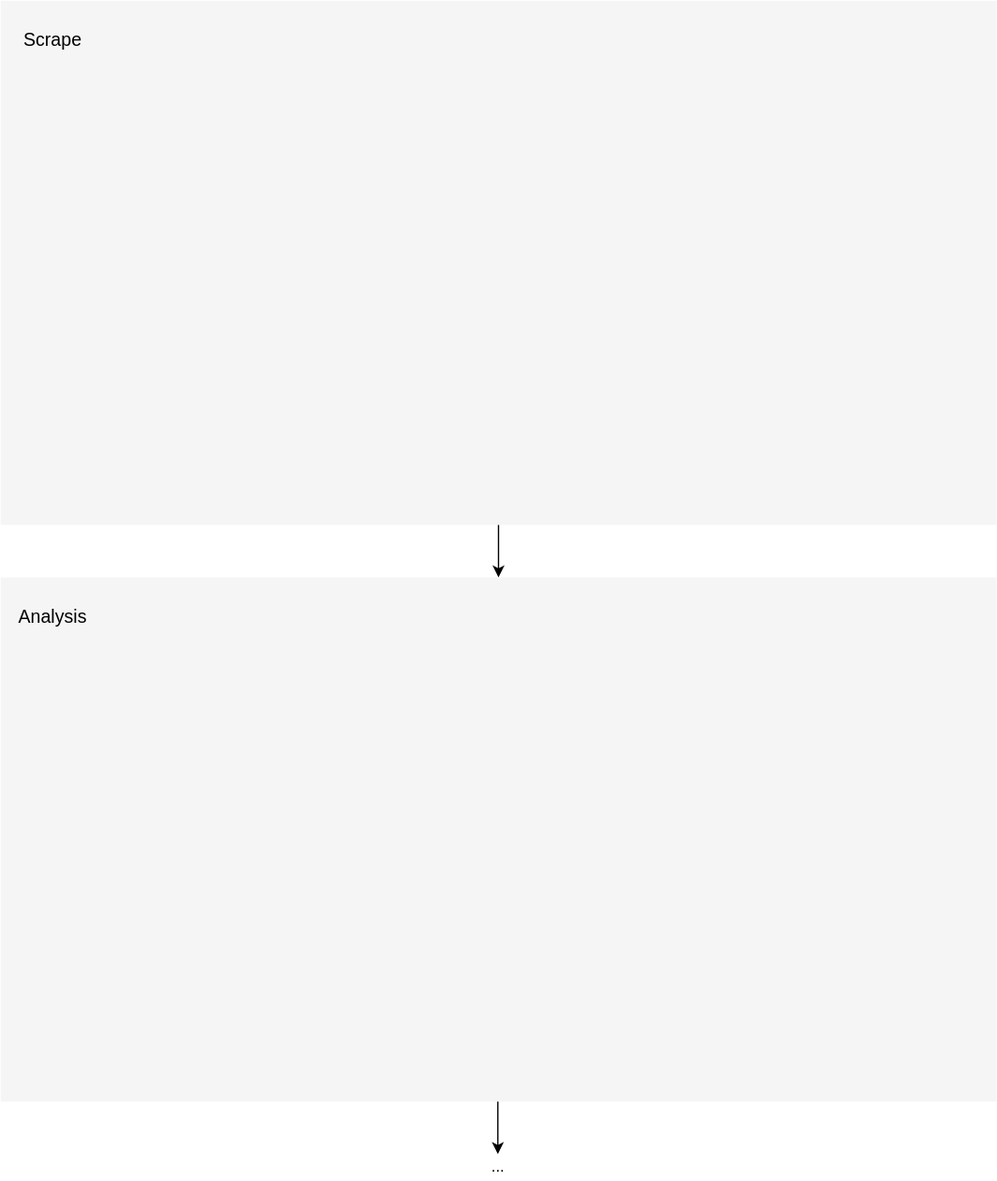
Earlier version of the draw.io export plan.svg (Demesmaeker/Immo_BeCode). Source tidied: cells renumbered, new cells last; positions are measured from the earlier drawing's top-left corner, leaving out a move shared by most shapes. Source of this version:
```xml
<mxGraphModel>
  <root>
    <mxCell id="0" />
    <mxCell id="1" parent="0" />
    <mxCell id="2" style="rounded=0;whiteSpace=wrap;html=1;fillColor=#f5f5f5;fontColor=#333333;strokeColor=none;" parent="1" vertex="1">
      <mxGeometry width="760" height="400" as="geometry" />
    </mxCell>
    <mxCell id="3" style="rounded=0;whiteSpace=wrap;html=1;fillColor=#f5f5f5;fontColor=#333333;strokeColor=none;" parent="1" vertex="1">
      <mxGeometry y="440" width="760" height="400" as="geometry" />
    </mxCell>
    <mxCell id="4" value="&lt;font style=&quot;font-size: 14px&quot;&gt;Scrape&lt;/font&gt;" style="text;html=1;strokeColor=none;fillColor=none;align=center;verticalAlign=middle;whiteSpace=wrap;rounded=0;" parent="1" vertex="1">
      <mxGeometry x="20" y="20" width="40" height="20" as="geometry" />
    </mxCell>
    <mxCell id="5" value="&lt;font style=&quot;font-size: 14px&quot;&gt;Analysis&lt;/font&gt;" style="text;html=1;strokeColor=none;fillColor=none;align=center;verticalAlign=middle;whiteSpace=wrap;rounded=0;" parent="1" vertex="1">
      <mxGeometry x="20" y="460" width="40" height="20" as="geometry" />
    </mxCell>
    <mxCell id="6" style="endArrow=classic;html=1;exitX=0.5;exitY=1;exitDx=0;exitDy=0;" parent="1" edge="1">
      <mxGeometry relative="1" as="geometry">
        <mxPoint x="380" y="400" as="sourcePoint" />
        <mxPoint x="380" y="440" as="targetPoint" />
      </mxGeometry>
    </mxCell>
    <mxCell id="7" style="endArrow=classic;html=1;exitX=0.5;exitY=1;exitDx=0;exitDy=0;" parent="1" edge="1">
      <mxGeometry relative="1" as="geometry">
        <mxPoint x="379.5" y="840" as="sourcePoint" />
        <mxPoint x="379.5" y="880" as="targetPoint" />
      </mxGeometry>
    </mxCell>
    <mxCell id="8" value="..." style="text;html=1;strokeColor=none;fillColor=none;align=center;verticalAlign=middle;whiteSpace=wrap;rounded=0;" parent="1" vertex="1">
      <mxGeometry x="360" y="880" width="40" height="20" as="geometry" />
    </mxCell>
  </root>
</mxGraphModel>
```
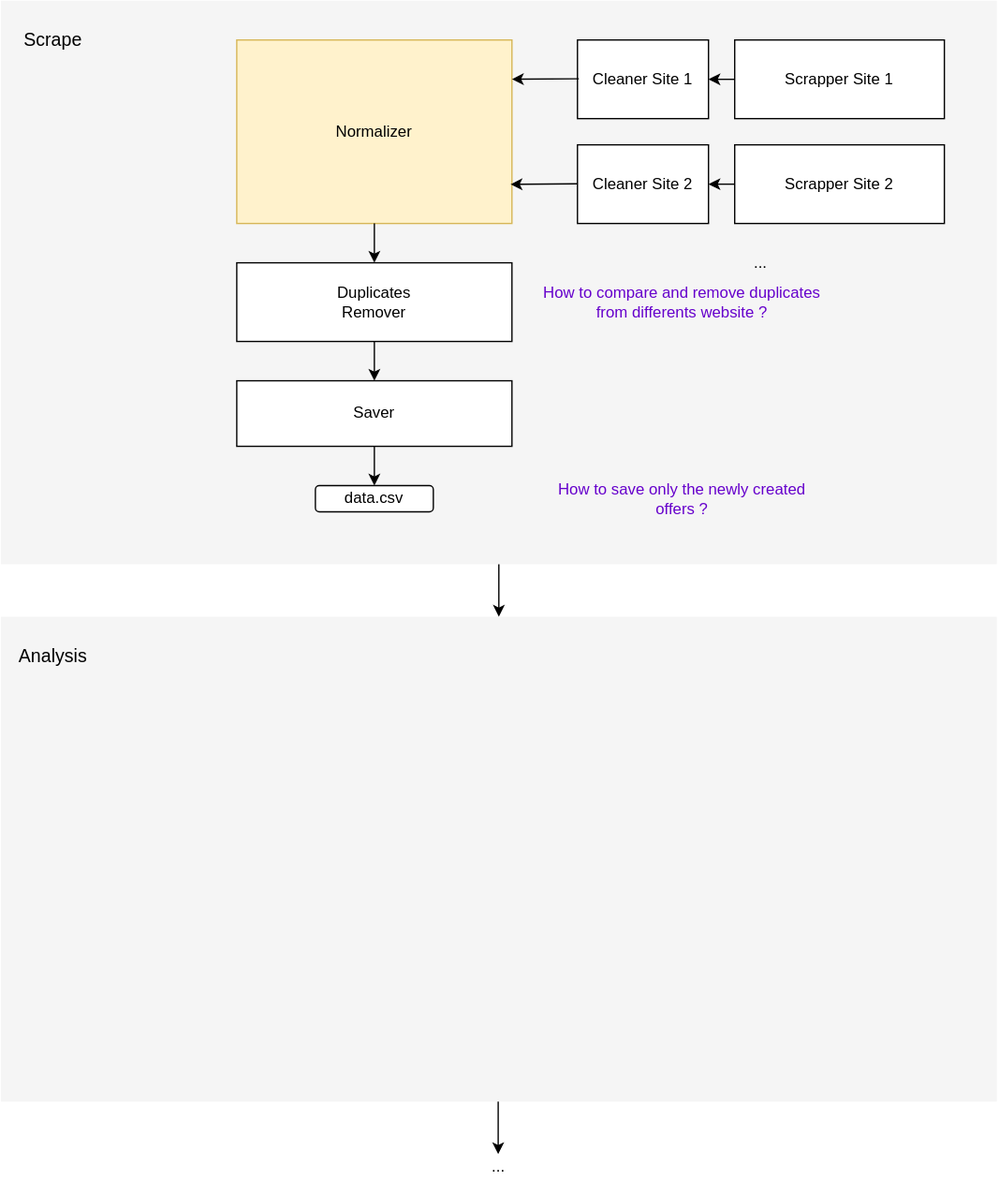
Above is the later version.

What changed in the source:
```diff
@@ -3,23 +3,17 @@
     <mxCell id="0" />
     <mxCell id="1" parent="0" />
     <mxCell id="2" style="rounded=0;whiteSpace=wrap;html=1;fillColor=#f5f5f5;fontColor=#333333;strokeColor=none;" parent="1" vertex="1">
-      <mxGeometry width="760" height="400" as="geometry" />
+      <mxGeometry width="760" height="430" as="geometry" />
     </mxCell>
     <mxCell id="3" style="rounded=0;whiteSpace=wrap;html=1;fillColor=#f5f5f5;fontColor=#333333;strokeColor=none;" parent="1" vertex="1">
-      <mxGeometry y="440" width="760" height="400" as="geometry" />
+      <mxGeometry y="470" width="760" height="370" as="geometry" />
     </mxCell>
     <mxCell id="4" value="&lt;font style=&quot;font-size: 14px&quot;&gt;Scrape&lt;/font&gt;" style="text;html=1;strokeColor=none;fillColor=none;align=center;verticalAlign=middle;whiteSpace=wrap;rounded=0;" parent="1" vertex="1">
       <mxGeometry x="20" y="20" width="40" height="20" as="geometry" />
     </mxCell>
     <mxCell id="5" value="&lt;font style=&quot;font-size: 14px&quot;&gt;Analysis&lt;/font&gt;" style="text;html=1;strokeColor=none;fillColor=none;align=center;verticalAlign=middle;whiteSpace=wrap;rounded=0;" parent="1" vertex="1">
-      <mxGeometry x="20" y="460" width="40" height="20" as="geometry" />
+      <mxGeometry x="20" y="490" width="40" height="20" as="geometry" />
     </mxCell>
-    <mxCell id="6" style="endArrow=classic;html=1;exitX=0.5;exitY=1;exitDx=0;exitDy=0;" parent="1" edge="1">
-      <mxGeometry relative="1" as="geometry">
-        <mxPoint x="380" y="400" as="sourcePoint" />
-        <mxPoint x="380" y="440" as="targetPoint" />
-      </mxGeometry>
-    </mxCell>
     <mxCell id="7" style="endArrow=classic;html=1;exitX=0.5;exitY=1;exitDx=0;exitDy=0;" parent="1" edge="1">
       <mxGeometry relative="1" as="geometry">
         <mxPoint x="379.5" y="840" as="sourcePoint" />
@@ -29,5 +23,92 @@
     <mxCell id="8" value="..." style="text;html=1;strokeColor=none;fillColor=none;align=center;verticalAlign=middle;whiteSpace=wrap;rounded=0;" parent="1" vertex="1">
       <mxGeometry x="360" y="880" width="40" height="20" as="geometry" />
     </mxCell>
+    <mxCell id="9" style="rounded=0;whiteSpace=wrap;html=1;" parent="1" vertex="1">
+      <mxGeometry x="560" y="30" width="160" height="60" as="geometry" />
+    </mxCell>
+    <mxCell id="10" value="Scrapper Site 1" style="text;html=1;strokeColor=none;fillColor=none;align=center;verticalAlign=middle;whiteSpace=wrap;rounded=0;" parent="1" vertex="1">
+      <mxGeometry x="590" y="50" width="100" height="20" as="geometry" />
+    </mxCell>
+    <mxCell id="11" style="rounded=0;whiteSpace=wrap;html=1;" parent="1" vertex="1">
+      <mxGeometry x="560" y="110" width="160" height="60" as="geometry" />
+    </mxCell>
+    <mxCell id="12" value="Scrapper Site 2" style="text;html=1;strokeColor=none;fillColor=none;align=center;verticalAlign=middle;whiteSpace=wrap;rounded=0;" parent="1" vertex="1">
+      <mxGeometry x="590" y="130" width="100" height="20" as="geometry" />
+    </mxCell>
+    <mxCell id="13" style="rounded=0;whiteSpace=wrap;html=1;" parent="1" vertex="1">
+      <mxGeometry x="440" y="110" width="100" height="60" as="geometry" />
+    </mxCell>
+    <mxCell id="14" style="rounded=0;whiteSpace=wrap;html=1;" parent="1" vertex="1">
+      <mxGeometry x="440" y="30" width="100" height="60" as="geometry" />
+    </mxCell>
+    <mxCell id="15" value="..." style="text;html=1;strokeColor=none;fillColor=none;align=center;verticalAlign=middle;whiteSpace=wrap;rounded=0;" parent="1" vertex="1">
+      <mxGeometry x="560" y="190" width="40" height="20" as="geometry" />
+    </mxCell>
+    <mxCell id="16" style="rounded=0;whiteSpace=wrap;html=1;fillColor=#fff2cc;strokeColor=#d6b656;" parent="1" vertex="1">
+      <mxGeometry x="180" y="30" width="210" height="140" as="geometry" />
+    </mxCell>
+    <mxCell id="17" value="Normalizer" style="text;html=1;strokeColor=none;fillColor=none;align=center;verticalAlign=middle;whiteSpace=wrap;rounded=0;" parent="1" vertex="1">
+      <mxGeometry x="250" y="90" width="70" height="20" as="geometry" />
+    </mxCell>
+    <mxCell id="18" style="endArrow=classic;html=1;exitX=0;exitY=0.5;exitDx=0;exitDy=0;entryX=1;entryY=0.5;entryDx=0;entryDy=0;" parent="1" edge="1" source="9" target="14">
+      <mxGeometry relative="1" as="geometry" />
+    </mxCell>
+    <mxCell id="19" style="endArrow=classic;html=1;exitX=0;exitY=0.5;exitDx=0;exitDy=0;" parent="1" edge="1" source="11" target="13">
+      <mxGeometry relative="1" as="geometry" />
+    </mxCell>
+    <mxCell id="20" value="Cleaner Site 1" style="text;html=1;strokeColor=none;fillColor=none;align=center;verticalAlign=middle;whiteSpace=wrap;rounded=0;" parent="1" vertex="1">
+      <mxGeometry x="440" y="50" width="100" height="20" as="geometry" />
+    </mxCell>
+    <mxCell id="21" value="Cleaner Site 2" style="text;html=1;strokeColor=none;fillColor=none;align=center;verticalAlign=middle;whiteSpace=wrap;rounded=0;" parent="1" vertex="1">
+      <mxGeometry x="440" y="130" width="100" height="20" as="geometry" />
+    </mxCell>
+    <mxCell id="22" style="endArrow=classic;html=1;exitX=0;exitY=0.5;exitDx=0;exitDy=0;entryX=0.995;entryY=0.217;entryDx=0;entryDy=0;entryPerimeter=0;" parent="1" edge="1">
+      <mxGeometry relative="1" as="geometry">
+        <mxPoint x="440" y="139.7" as="sourcePoint" />
+        <mxPoint x="389" y="140.1" as="targetPoint" />
+      </mxGeometry>
+    </mxCell>
+    <mxCell id="23" style="endArrow=classic;html=1;exitX=0;exitY=0.5;exitDx=0;exitDy=0;entryX=0.995;entryY=0.217;entryDx=0;entryDy=0;entryPerimeter=0;" parent="1" edge="1">
+      <mxGeometry relative="1" as="geometry">
+        <mxPoint x="441.1" y="59.6" as="sourcePoint" />
+        <mxPoint x="390" y="60" as="targetPoint" />
+      </mxGeometry>
+    </mxCell>
+    <mxCell id="24" style="rounded=0;whiteSpace=wrap;html=1;" parent="1" vertex="1">
+      <mxGeometry x="180" y="200" width="210" height="60" as="geometry" />
+    </mxCell>
+    <mxCell id="25" value="Duplicates Remover" style="text;html=1;strokeColor=none;fillColor=none;align=center;verticalAlign=middle;whiteSpace=wrap;rounded=0;" parent="1" vertex="1">
+      <mxGeometry x="235" y="220" width="100" height="20" as="geometry" />
+    </mxCell>
+    <mxCell id="26" style="rounded=0;whiteSpace=wrap;html=1;" parent="1" vertex="1">
+      <mxGeometry x="180" y="290" width="210" height="50" as="geometry" />
+    </mxCell>
+    <mxCell id="27" value="Saver" style="text;html=1;strokeColor=none;fillColor=none;align=center;verticalAlign=middle;whiteSpace=wrap;rounded=0;" parent="1" vertex="1">
+      <mxGeometry x="235" y="305" width="100" height="20" as="geometry" />
+    </mxCell>
+    <mxCell id="28" style="rounded=1;whiteSpace=wrap;html=1;" parent="1" vertex="1">
+      <mxGeometry x="240" y="370" width="90" height="20" as="geometry" />
+    </mxCell>
+    <mxCell id="29" style="endArrow=classic;html=1;exitX=0.5;exitY=1;exitDx=0;exitDy=0;" parent="1" edge="1" source="16" target="24">
+      <mxGeometry relative="1" as="geometry" />
+    </mxCell>
+    <mxCell id="30" style="endArrow=classic;html=1;exitX=0.5;exitY=1;exitDx=0;exitDy=0;" parent="1" edge="1" source="24" target="26">
+      <mxGeometry relative="1" as="geometry" />
+    </mxCell>
+    <mxCell id="31" style="endArrow=classic;html=1;exitX=0.5;exitY=1;exitDx=0;exitDy=0;" parent="1" edge="1" source="26" target="28">
+      <mxGeometry relative="1" as="geometry" />
+    </mxCell>
+    <mxCell id="32" value="data.csv" style="text;html=1;strokeColor=none;fillColor=none;align=center;verticalAlign=middle;whiteSpace=wrap;rounded=0;" parent="1" vertex="1">
+      <mxGeometry x="235" y="370" width="100" height="20" as="geometry" />
+    </mxCell>
+    <mxCell id="33" value="&lt;font color=&quot;#6600cc&quot;&gt;How to compare and remove duplicates from differents website ?&lt;/font&gt;" style="text;html=1;strokeColor=none;fillColor=none;align=center;verticalAlign=middle;whiteSpace=wrap;rounded=0;" parent="1" vertex="1">
+      <mxGeometry x="410" y="220" width="220" height="20" as="geometry" />
+    </mxCell>
+    <mxCell id="34" value="&lt;font color=&quot;#6600cc&quot;&gt;How to save only the newly created offers ?&lt;/font&gt;" style="text;html=1;strokeColor=none;fillColor=none;align=center;verticalAlign=middle;whiteSpace=wrap;rounded=0;" parent="1" vertex="1">
+      <mxGeometry x="410" y="370" width="220" height="20" as="geometry" />
+    </mxCell>
+    <mxCell id="35" style="endArrow=classic;html=1;exitX=0.5;exitY=1;exitDx=0;exitDy=0;" parent="1" edge="1" source="2" target="3">
+      <mxGeometry relative="1" as="geometry" />
+    </mxCell>
   </root>
 </mxGraphModel>
```
